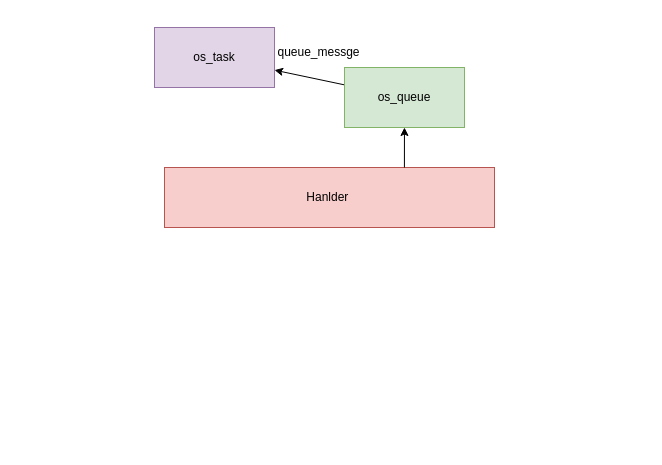
This is 架构驱动应用/LED_桥接模式/LED_platform.drawio from fanwu7801-dot/note, a draw.io file, before an edit. Source tidied: cells renumbered, new cells numbered last; positions are measured from the earlier drawing's top-left corner, leaving out a move shared by most shapes. Both pictures are drawn from the tidied source at 100%, with x=0, y=0 at pixel (154, 27).
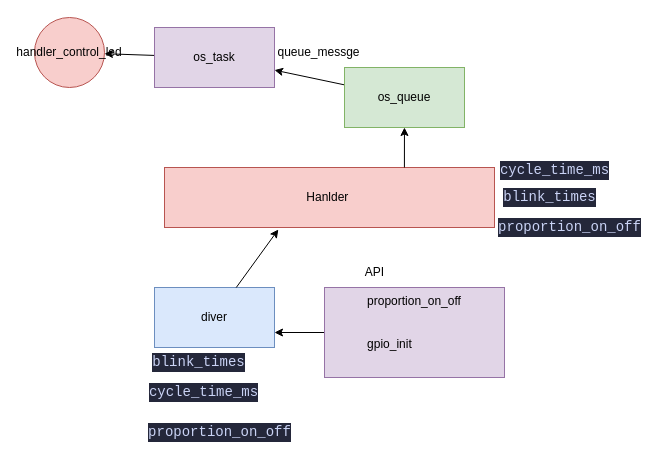
The same page after the edit.

Unchanged cells that the change refers to:
```xml
<mxCell id="2" value="Hanlder&amp;nbsp;" style="whiteSpace=wrap;html=1;fillColor=#f8cecc;strokeColor=#b85450;" parent="1" vertex="1">
  <mxGeometry x="10" y="140" width="330" height="60" as="geometry" />
</mxCell>
<mxCell id="3" value="os_task" style="whiteSpace=wrap;html=1;fillColor=#e1d5e7;strokeColor=#9673a6;" parent="1" vertex="1">
  <mxGeometry width="120" height="60" as="geometry" />
</mxCell>
```

Change to the diagram source:
```diff
@@
+    <mxCell id="8" style="edgeStyle=none;html=1;" parent="1" edge="1" source="3" target="9">
+      <mxGeometry relative="1" as="geometry" />
+    </mxCell>
@@
+    <mxCell id="9" value="handler_control_led" style="ellipse;whiteSpace=wrap;html=1;fillColor=#f8cecc;strokeColor=#b85450;" parent="1" vertex="1">
+      <mxGeometry x="-120" y="-10" width="70" height="70" as="geometry" />
+    </mxCell>
+    <mxCell id="10" value="&lt;div style=&quot;color: rgb(202, 211, 245); background-color: rgb(36, 39, 58); font-family: &amp;quot;JetBrains Mono&amp;quot;, Consolas, &amp;quot;Courier New&amp;quot;, monospace; font-size: 14px; line-height: 19px; white-space-collapse: preserve;&quot;&gt;&lt;span style=&quot;color: #cad3f5;&quot;&gt;cycle_time_ms&lt;/span&gt;&lt;/div&gt;" style="text;html=1;align=center;verticalAlign=middle;" parent="1" vertex="1">
+      <mxGeometry x="340" y="128" width="120" height="30" as="geometry" />
+    </mxCell>
+    <mxCell id="11" value="&lt;div style=&quot;color: rgb(202, 211, 245); background-color: rgb(36, 39, 58); font-family: &amp;quot;JetBrains Mono&amp;quot;, Consolas, &amp;quot;Courier New&amp;quot;, monospace; font-size: 14px; line-height: 19px; white-space-collapse: preserve;&quot;&gt;&lt;span style=&quot;color: #cad3f5;&quot;&gt;blink_times&lt;/span&gt;&lt;/div&gt;" style="text;html=1;align=center;verticalAlign=middle;strokeColor=none;fillColor=none;" parent="1" vertex="1">
+      <mxGeometry x="340" y="155" width="110" height="30" as="geometry" />
+    </mxCell>
+    <mxCell id="12" value="&lt;div style=&quot;color: rgb(202, 211, 245); background-color: rgb(36, 39, 58); font-family: &amp;quot;JetBrains Mono&amp;quot;, Consolas, &amp;quot;Courier New&amp;quot;, monospace; font-size: 14px; line-height: 19px; white-space-collapse: preserve;&quot;&gt;&lt;span style=&quot;color: #cad3f5;&quot;&gt;proportion_on_off&lt;/span&gt;&lt;/div&gt;" style="text;html=1;align=center;verticalAlign=middle;strokeColor=none;fillColor=none;" parent="1" vertex="1">
+      <mxGeometry x="340" y="185" width="150" height="30" as="geometry" />
+    </mxCell>
+    <mxCell id="13" value="diver" style="whiteSpace=wrap;html=1;fillColor=#dae8fc;strokeColor=#6c8ebf;" parent="1" vertex="1">
+      <mxGeometry y="260" width="120" height="60" as="geometry" />
+    </mxCell>
+    <mxCell id="14" value="&lt;div style=&quot;color: rgb(202, 211, 245); background-color: rgb(36, 39, 58); font-family: &amp;quot;JetBrains Mono&amp;quot;, Consolas, &amp;quot;Courier New&amp;quot;, monospace; font-size: 14px; line-height: 19px; white-space-collapse: preserve;&quot;&gt;&lt;span style=&quot;color: #cad3f5;&quot;&gt;cycle_time_ms&lt;/span&gt;&lt;/div&gt;" style="text;html=1;align=center;verticalAlign=middle;" parent="1" vertex="1">
+      <mxGeometry x="-11" y="350" width="120" height="30" as="geometry" />
+    </mxCell>
+    <mxCell id="15" value="&lt;div style=&quot;color: rgb(202, 211, 245); background-color: rgb(36, 39, 58); font-family: &amp;quot;JetBrains Mono&amp;quot;, Consolas, &amp;quot;Courier New&amp;quot;, monospace; font-size: 14px; line-height: 19px; white-space-collapse: preserve;&quot;&gt;&lt;span style=&quot;color: #cad3f5;&quot;&gt;blink_times&lt;/span&gt;&lt;/div&gt;" style="text;html=1;align=center;verticalAlign=middle;strokeColor=none;fillColor=none;" parent="1" vertex="1">
+      <mxGeometry x="-11" y="320" width="110" height="30" as="geometry" />
+    </mxCell>
+    <mxCell id="16" value="&lt;div style=&quot;color: rgb(202, 211, 245); background-color: rgb(36, 39, 58); font-family: &amp;quot;JetBrains Mono&amp;quot;, Consolas, &amp;quot;Courier New&amp;quot;, monospace; font-size: 14px; line-height: 19px; white-space-collapse: preserve;&quot;&gt;&lt;span style=&quot;color: #cad3f5;&quot;&gt;proportion_on_off&lt;/span&gt;&lt;/div&gt;" style="text;html=1;align=center;verticalAlign=middle;strokeColor=none;fillColor=none;" parent="1" vertex="1">
+      <mxGeometry x="-10" y="390" width="150" height="30" as="geometry" />
+    </mxCell>
+    <mxCell id="17" style="edgeStyle=none;html=1;entryX=0.345;entryY=1.033;entryDx=0;entryDy=0;entryPerimeter=0;" parent="1" edge="1" source="13" target="2">
+      <mxGeometry relative="1" as="geometry" />
+    </mxCell>
+    <mxCell id="18" style="edgeStyle=none;html=1;entryX=1;entryY=0.75;entryDx=0;entryDy=0;" parent="1" edge="1" source="19" target="13">
+      <mxGeometry relative="1" as="geometry" />
+    </mxCell>
+    <mxCell id="19" value="proportion_on_off&lt;br&gt;&lt;div style=&quot;text-align: justify;&quot;&gt;&lt;br&gt;&lt;br&gt;gpio_init&lt;/div&gt;" style="whiteSpace=wrap;html=1;align=center;verticalAlign=top;fillColor=#e1d5e7;strokeColor=#9673a6;" parent="1" vertex="1">
+      <mxGeometry x="170" y="260" width="180" height="90" as="geometry" />
+    </mxCell>
+    <mxCell id="20" value="API" style="text;html=1;align=center;verticalAlign=middle;strokeColor=none;fillColor=none;" parent="1" vertex="1">
+      <mxGeometry x="200" y="230" width="40" height="30" as="geometry" />
+    </mxCell>
```
